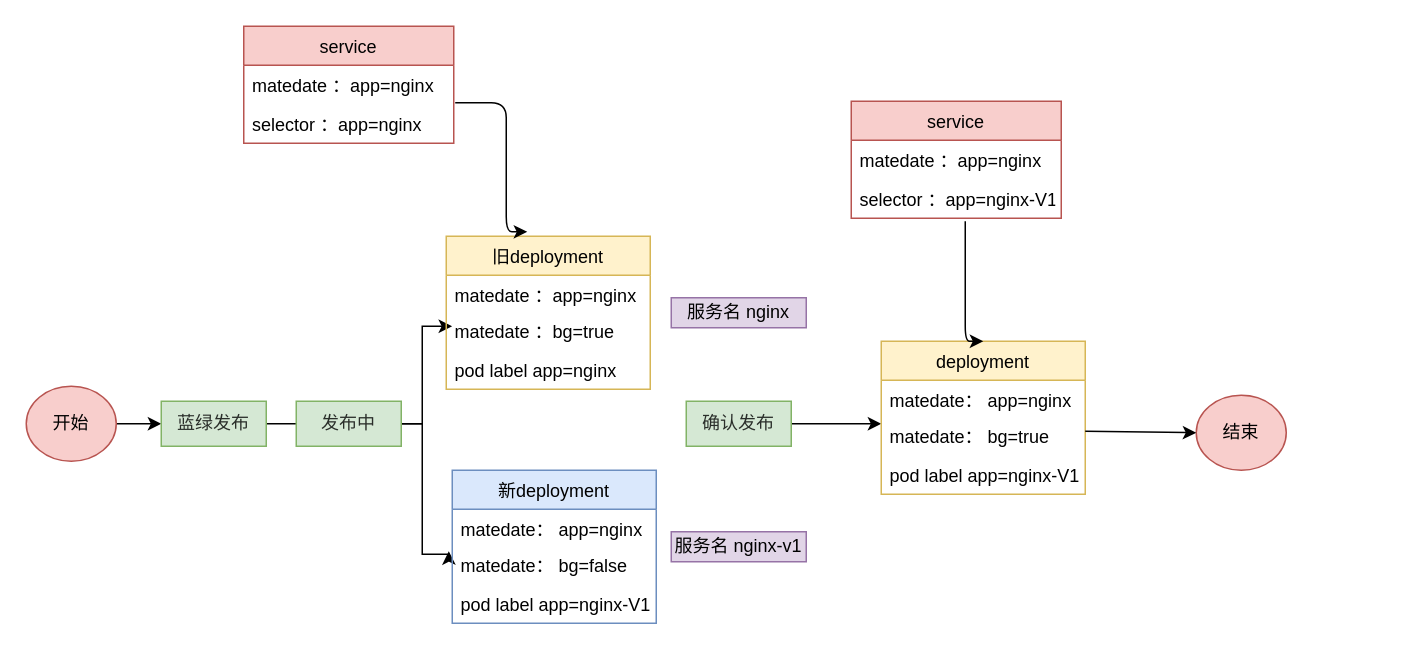
Earlier version of the draw.io diagram 蓝绿发布.drawio (ArimaKouseiYL/design). Source tidied: cells renumbered, new cells numbered last; positions are measured from the earlier drawing's top-left corner, leaving out a move shared by most shapes. Both pictures are drawn from the tidied source at 150%, with x=0, y=0 at pixel (26, 26).
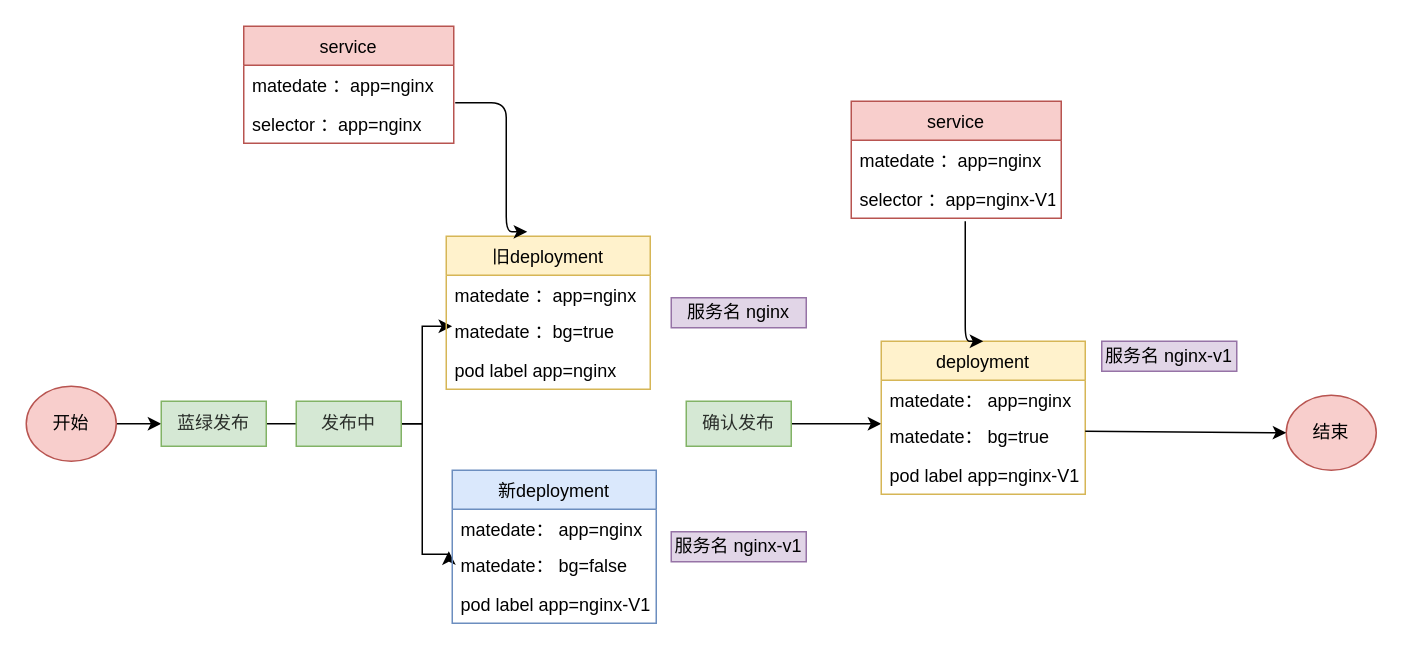
After the change.

What changed in the source:
```diff
@@
     <mxCell id="33" value="结束" style="ellipse;whiteSpace=wrap;html=1;fillColor=#f8cecc;strokeColor=#b85450;" parent="1" vertex="1">
-      <mxGeometry x="780" y="246" width="60" height="50" as="geometry" />
+      <mxGeometry x="840" y="246" width="60" height="50" as="geometry" />
     </mxCell>
@@
+    <mxCell id="35" value="服务名 nginx-v1" style="text;html=1;strokeColor=#9673a6;fillColor=#e1d5e7;align=center;verticalAlign=middle;whiteSpace=wrap;rounded=0;" parent="1" vertex="1">
+      <mxGeometry x="717" y="210" width="90" height="20" as="geometry" />
+    </mxCell>
```
